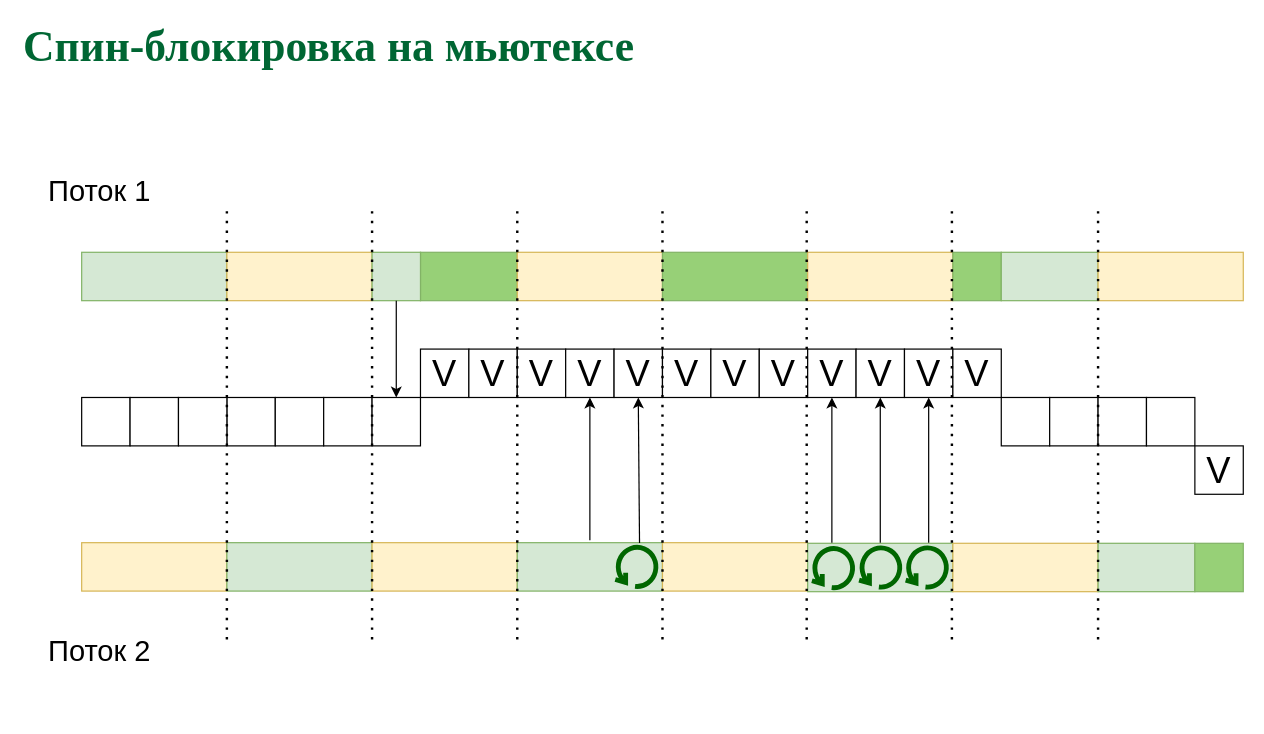
The draw.io diagram page "Mutex - spinlock" (1 of 4) of sync.drawio in 77maxikov/os_course, before the edit. Source tidied: cells renumbered, new cells numbered last; positions are measured from the earlier drawing's top-left corner, leaving out a move shared by most shapes. Both pictures are drawn from the tidied source at 121%, with x=0, y=0 at pixel (21, 34).
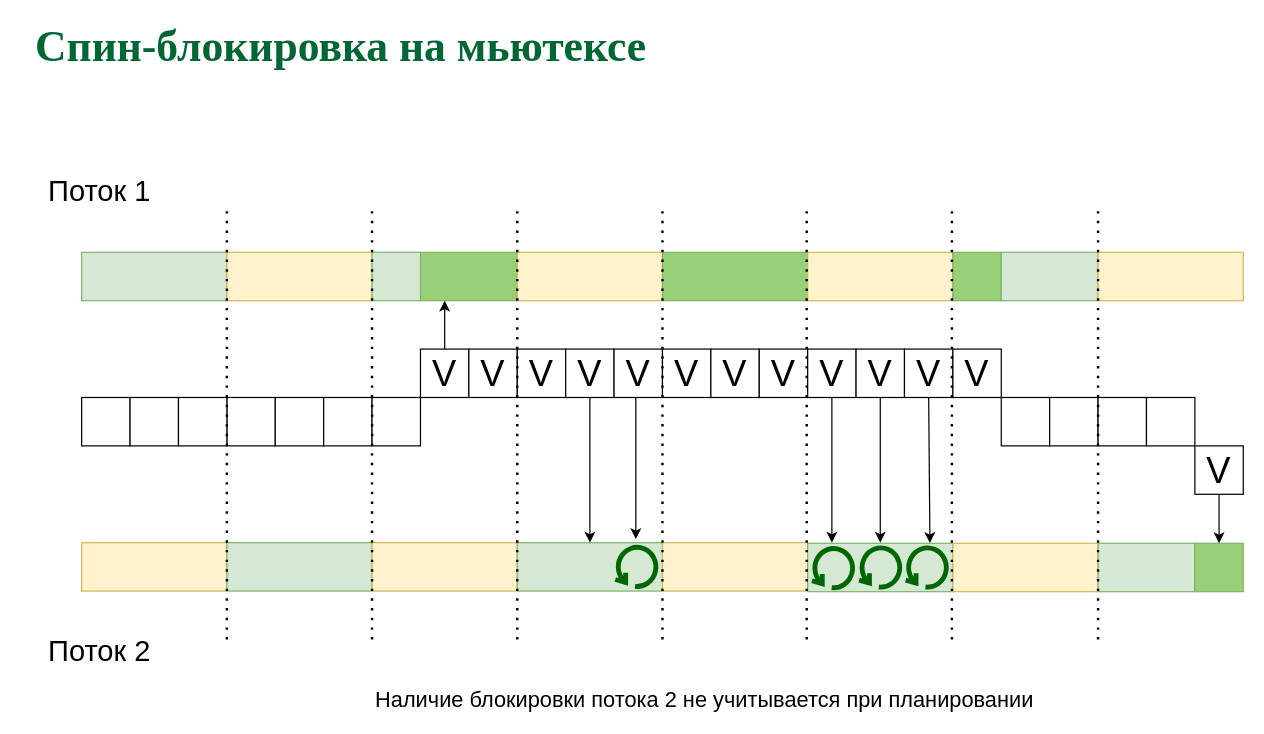
Above is the later version.

The change refers to these unchanged cells:
```xml
<mxCell id="6" style="rounded=0;whiteSpace=wrap;html=1;strokeColor=#82b366;fillColor=#97D077;" parent="1" vertex="1">
  <mxGeometry x="330" y="180" width="80" height="40" as="geometry" />
</mxCell>
<mxCell id="7" style="rounded=0;whiteSpace=wrap;html=1;fillColor=#d5e8d4;strokeColor=#82b366;" parent="1" vertex="1">
  <mxGeometry x="290" y="180" width="40" height="40" as="geometry" />
</mxCell>
<mxCell id="8" value="&lt;font style=&quot;font-size: 30px&quot;&gt;V&lt;/font&gt;" style="whiteSpace=wrap;html=1;" parent="1" vertex="1">
  <mxGeometry x="330" y="260" width="40" height="40" as="geometry" />
</mxCell>
<mxCell id="17" style="whiteSpace=wrap;html=1;" parent="1" vertex="1">
  <mxGeometry x="290" y="300" width="40" height="40" as="geometry" />
</mxCell>
<mxCell id="18" style="rounded=0;whiteSpace=wrap;html=1;fillColor=#d5e8d4;strokeColor=#82b366;" parent="1" vertex="1">
  <mxGeometry x="410" y="420" width="120" height="40" as="geometry" />
</mxCell>
<mxCell id="21" value="&lt;font style=&quot;font-size: 30px&quot;&gt;V&lt;/font&gt;" style="whiteSpace=wrap;html=1;" parent="1" vertex="1">
  <mxGeometry x="450" y="260" width="40" height="40" as="geometry" />
</mxCell>
<mxCell id="22" value="&lt;font style=&quot;font-size: 30px&quot;&gt;V&lt;/font&gt;" style="whiteSpace=wrap;html=1;" parent="1" vertex="1">
  <mxGeometry x="490" y="260" width="40" height="40" as="geometry" />
</mxCell>
<mxCell id="29" style="rounded=0;whiteSpace=wrap;html=1;fillColor=#d5e8d4;strokeColor=#82b366;" parent="1" vertex="1">
  <mxGeometry x="650" y="420.5" width="120" height="40" as="geometry" />
</mxCell>
<mxCell id="34" value="&lt;font style=&quot;font-size: 30px&quot;&gt;V&lt;/font&gt;" style="whiteSpace=wrap;html=1;" parent="1" vertex="1">
  <mxGeometry x="650" y="260" width="40" height="40" as="geometry" />
</mxCell>
<mxCell id="35" value="&lt;font style=&quot;font-size: 30px&quot;&gt;V&lt;/font&gt;" style="whiteSpace=wrap;html=1;" parent="1" vertex="1">
  <mxGeometry x="690" y="260" width="40" height="40" as="geometry" />
</mxCell>
<mxCell id="36" value="&lt;font style=&quot;font-size: 30px&quot;&gt;V&lt;/font&gt;" style="whiteSpace=wrap;html=1;" parent="1" vertex="1">
  <mxGeometry x="730" y="260" width="40" height="40" as="geometry" />
</mxCell>
<mxCell id="44" style="rounded=0;whiteSpace=wrap;html=1;strokeColor=#82b366;fillColor=#97D077;" parent="1" vertex="1">
  <mxGeometry x="970" y="420.5" width="40" height="40" as="geometry" />
</mxCell>
<mxCell id="47" value="&lt;font style=&quot;font-size: 30px&quot;&gt;V&lt;/font&gt;" style="whiteSpace=wrap;html=1;" parent="1" vertex="1">
  <mxGeometry x="970" y="340" width="40" height="40" as="geometry" />
</mxCell>
```

The edit, as a diff of the source:
```diff
@@
-    <mxCell id="49" style="endArrow=classic;html=1;exitX=0.5;exitY=1;exitDx=0;exitDy=0;entryX=0.5;entryY=0;entryDx=0;entryDy=0;" parent="1" edge="1" source="7" target="17">
+    <mxCell id="49" style="endArrow=classic;html=1;entryX=0.25;entryY=1;entryDx=0;entryDy=0;exitX=0.5;exitY=0;exitDx=0;exitDy=0;" parent="1" edge="1" source="8" target="6">
       <mxGeometry relative="1" as="geometry" />
     </mxCell>
-    <mxCell id="50" style="endArrow=classic;html=1;entryX=0.5;entryY=1;entryDx=0;entryDy=0;" parent="1" edge="1" target="21">
-      <mxGeometry relative="1" as="geometry">
-        <mxPoint x="470" y="418" as="sourcePoint" />
-      </mxGeometry>
+    <mxCell id="50" style="endArrow=classic;html=1;exitX=0.5;exitY=1;exitDx=0;exitDy=0;entryX=0.5;entryY=0;entryDx=0;entryDy=0;" parent="1" edge="1" source="21" target="18">
+      <mxGeometry relative="1" as="geometry" />
     </mxCell>
-    <mxCell id="51" style="endArrow=classic;html=1;entryX=0.5;entryY=1;entryDx=0;entryDy=0;" parent="1" edge="1" target="34">
+    <mxCell id="51" style="endArrow=classic;html=1;exitX=0.5;exitY=1;exitDx=0;exitDy=0;" parent="1" edge="1" source="34">
       <mxGeometry relative="1" as="geometry">
-        <mxPoint x="670" y="420" as="sourcePoint" />
+        <mxPoint x="670" y="420" as="targetPoint" />
       </mxGeometry>
     </mxCell>
-    <mxCell id="52" style="endArrow=classic;html=1;exitX=0.842;exitY=0.007;exitDx=0;exitDy=0;exitPerimeter=0;entryX=0.5;entryY=1;entryDx=0;entryDy=0;" parent="1" edge="1" source="18" target="22">
-      <mxGeometry relative="1" as="geometry" />
+    <mxCell id="52" style="endArrow=classic;html=1;" parent="1" edge="1">
+      <mxGeometry relative="1" as="geometry">
+        <mxPoint x="508" y="300" as="sourcePoint" />
+        <mxPoint x="508" y="417" as="targetPoint" />
+      </mxGeometry>
     </mxCell>
-    <mxCell id="53" style="endArrow=classic;html=1;entryX=0.5;entryY=1;entryDx=0;entryDy=0;" parent="1" edge="1" target="35">
-      <mxGeometry relative="1" as="geometry">
-        <mxPoint x="710" y="420" as="sourcePoint" />
-      </mxGeometry>
-    </mxCell>
-    <mxCell id="54" style="endArrow=classic;html=1;entryX=0.5;entryY=1;entryDx=0;entryDy=0;" parent="1" edge="1" target="36">
-      <mxGeometry relative="1" as="geometry">
-        <mxPoint x="750" y="420" as="sourcePoint" />
-      </mxGeometry>
-    </mxCell>
@@
     <mxCell id="64" value="&lt;font face=&quot;Garamond&quot; color=&quot;#006633&quot; size=&quot;1&quot;&gt;&lt;b style=&quot;font-size: 36px&quot;&gt;Спин-блокировка на мьютексе&lt;/b&gt;&lt;/font&gt;" style="text;html=1;align=left;verticalAlign=middle;whiteSpace=wrap;rounded=0;" parent="1" vertex="1">
-      <mxGeometry width="920" height="20" as="geometry" />
+      <mxGeometry x="10" width="920" height="20" as="geometry" />
     </mxCell>
+    <mxCell id="65" value="&lt;font color=&quot;#000000&quot; style=&quot;font-size: 18px&quot;&gt;Наличие блокировки потока 2 не учитывается при планировании&lt;/font&gt;" style="text;html=1;strokeColor=none;fillColor=none;align=center;verticalAlign=middle;whiteSpace=wrap;rounded=0;fontColor=#006633;" parent="1" vertex="1">
+      <mxGeometry x="270" y="540" width="590" height="20" as="geometry" />
+    </mxCell>
+    <mxCell id="66" style="endArrow=classic;html=1;exitX=0.5;exitY=1;exitDx=0;exitDy=0;" parent="1" edge="1" source="35">
+      <mxGeometry relative="1" as="geometry">
+        <mxPoint x="710" y="420" as="targetPoint" />
+      </mxGeometry>
+    </mxCell>
+    <mxCell id="67" style="endArrow=classic;html=1;exitX=0.5;exitY=1;exitDx=0;exitDy=0;entryX=0.842;entryY=-0.005;entryDx=0;entryDy=0;entryPerimeter=0;" parent="1" edge="1" source="36" target="29">
+      <mxGeometry relative="1" as="geometry" />
+    </mxCell>
+    <mxCell id="68" style="endArrow=classic;html=1;fontColor=#006633;exitX=0.5;exitY=1;exitDx=0;exitDy=0;entryX=0.5;entryY=0;entryDx=0;entryDy=0;" parent="1" edge="1" source="47" target="44">
+      <mxGeometry relative="1" as="geometry" />
+    </mxCell>
```
